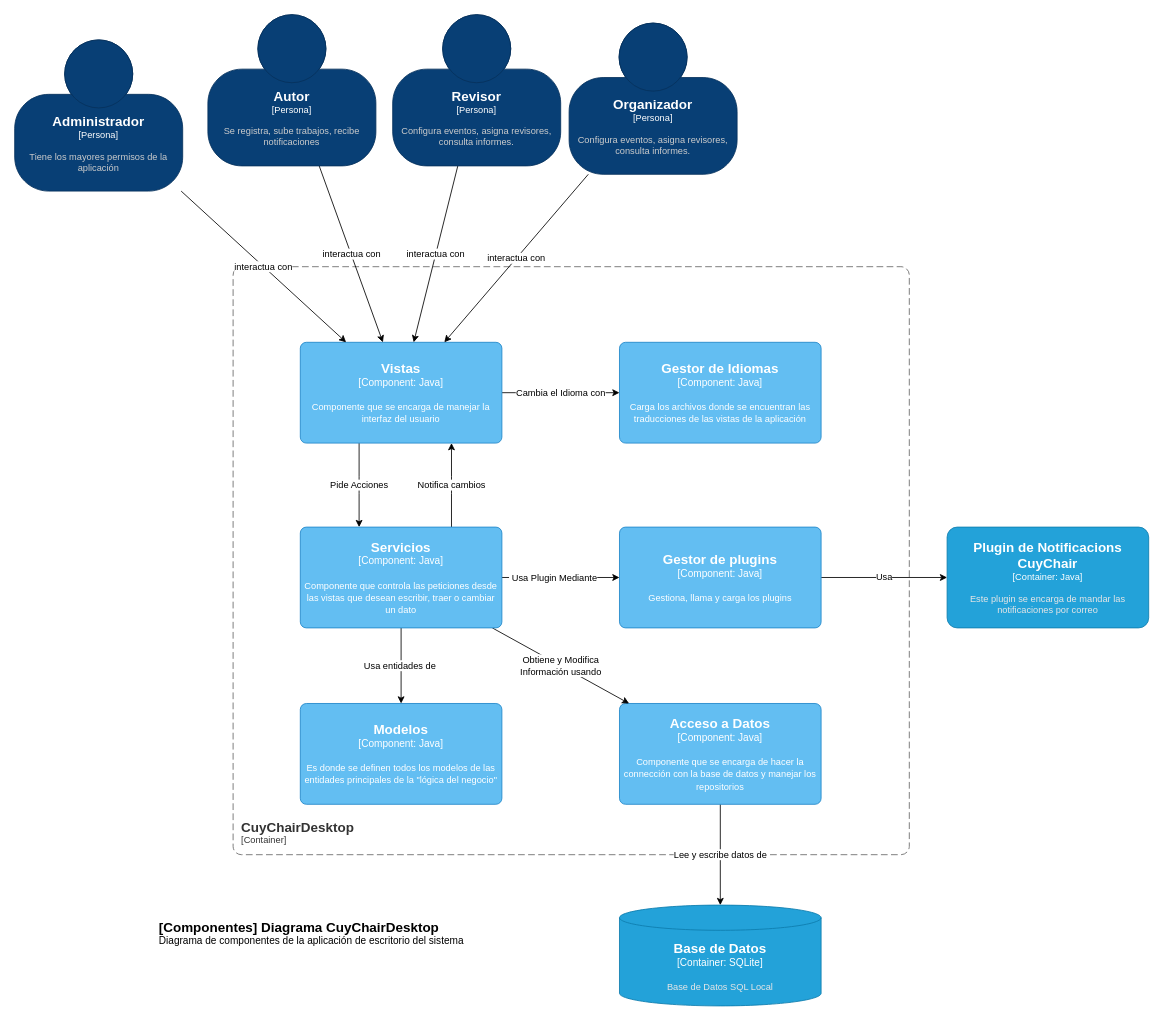
The draw.io diagram cuyChairDesktop/C4/ComponentesDesktopApp.drawio in Whouaaass/CuyChair-Docs, before the edit. Source tidied: cells renumbered, new cells numbered last; positions are measured from the earlier drawing's top-left corner, leaving out a move shared by most shapes. Both pictures are drawn from the tidied source at 84%, with x=0, y=0 at pixel (14, 14).
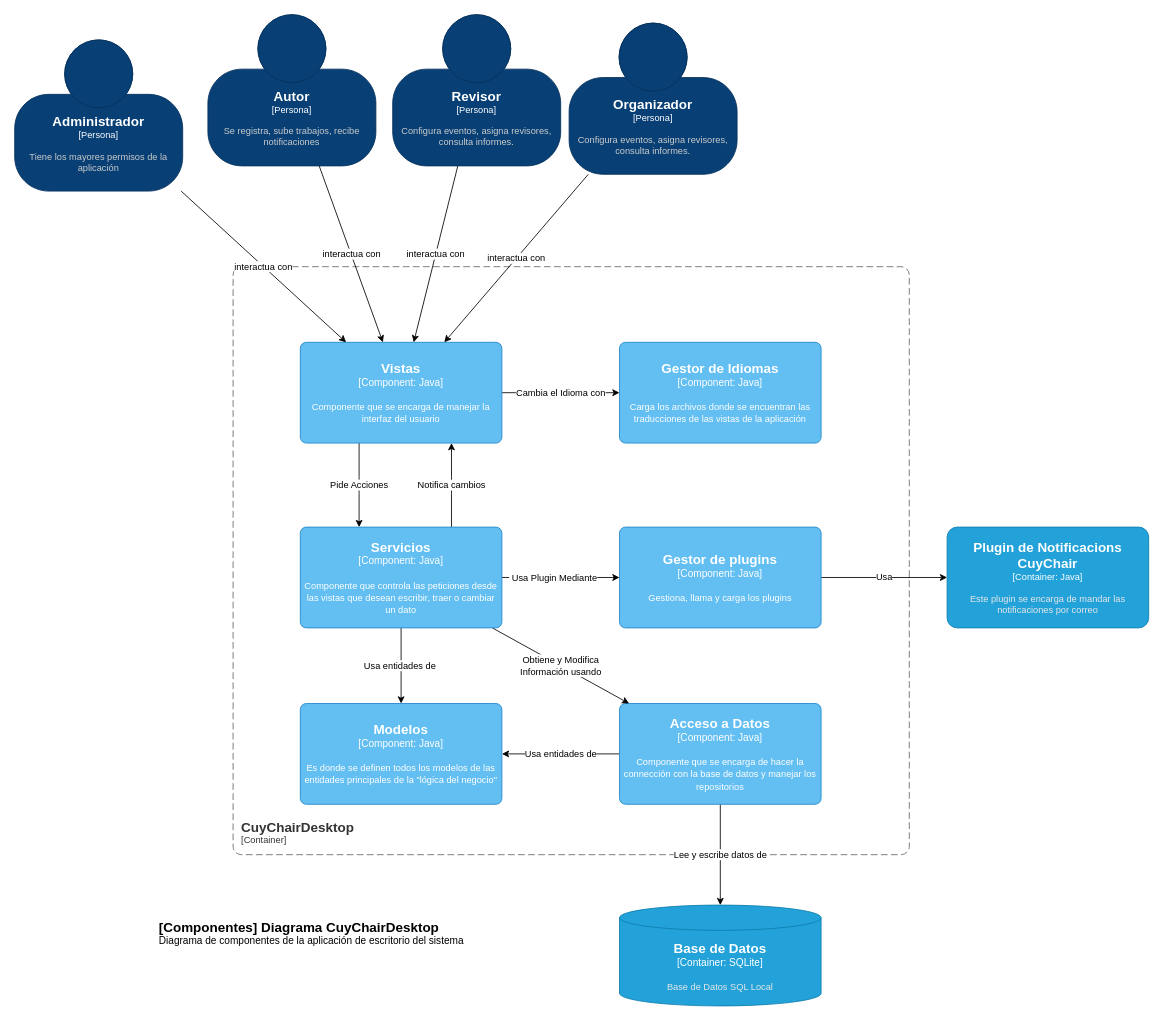
After the change.

Commit message:
Pequeños cambios en Diagrama de componentes

Unchanged cells that the change refers to:
```xml
<object id="7" label="&lt;font style=&quot;font-size: 16px&quot;&gt;&lt;b&gt;%c4Name%&lt;/b&gt;&lt;/font&gt;&lt;div&gt;[%c4Type%: %c4Technology%]&lt;/div&gt;&lt;br&gt;&lt;div&gt;&lt;font style=&quot;font-size: 11px&quot;&gt;%c4Description%&lt;/font&gt;&lt;/div&gt;" c4Description="Componente que se encarga de hacer la connección con la base de datos  y manejar los repositorios" c4Name="Acceso a Datos" c4Technology="Java" c4Type="Component" placeholders="1">
  <mxCell style="rounded=1;whiteSpace=wrap;html=1;labelBackgroundColor=none;fillColor=#63BEF2;fontColor=#ffffff;align=center;arcSize=6;strokeColor=#2086C9;points=[[0.25,0,0],[0.5,0,0],[0.75,0,0],[1,0.25,0],[1,0.5,0],[1,0.75,0],[0.75,1,0],[0.5,1,0],[0.25,1,0],[0,0.75,0],[0,0.5,0],[0,0.25,0]];" parent="1" vertex="1">
    <mxGeometry x="720" y="820" width="240" height="120" as="geometry" />
  </mxCell>
</object>
<object id="17" label="&lt;font style=&quot;font-size: 16px&quot;&gt;&lt;b&gt;%c4Name%&lt;/b&gt;&lt;/font&gt;&lt;div&gt;[%c4Type%: %c4Technology%]&lt;/div&gt;&lt;br&gt;&lt;div&gt;&lt;font style=&quot;font-size: 11px&quot;&gt;%c4Description%&lt;/font&gt;&lt;/div&gt;" c4Description="Es donde se definen todos los modelos de las entidades principales de la &quot;lógica del negocio&quot;" c4Name="Modelos" c4Technology="Java" c4Type="Component" placeholders="1">
  <mxCell style="rounded=1;whiteSpace=wrap;html=1;labelBackgroundColor=none;fillColor=#63BEF2;fontColor=#ffffff;align=center;arcSize=6;strokeColor=#2086C9;points=[[0.25,0,0],[0.5,0,0],[0.75,0,0],[1,0.25,0],[1,0.5,0],[1,0.75,0],[0.75,1,0],[0.5,1,0],[0.25,1,0],[0,0.75,0],[0,0.5,0],[0,0.25,0]];" parent="1" vertex="1">
    <mxGeometry x="340" y="820" width="240" height="120" as="geometry" />
  </mxCell>
</object>
```

Diff of the diagram source:
```diff
@@
+    <mxCell id="29" value="Usa entidades de" style="edgeStyle=none;html=1;" parent="1" edge="1" source="7" target="17">
+      <mxGeometry relative="1" as="geometry" />
+    </mxCell>
```
